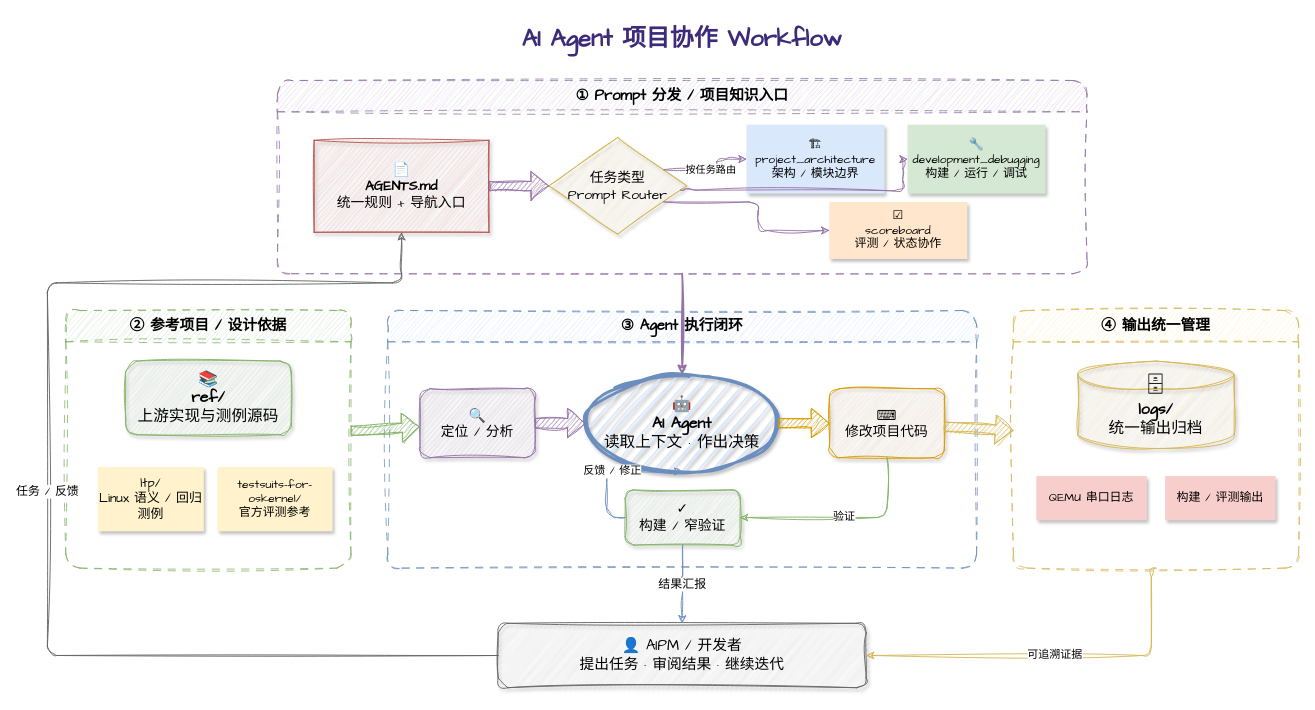
Before: docs/report-src/2026/content/fig/AI-Agent协作流程.drawio in Blankke/F7LY, a draw.io diagram. Source tidied: cells renumbered, new cells numbered last; positions are measured from the earlier drawing's top-left corner, leaving out a move shared by most shapes. Both pictures are drawn from the tidied source at 92%, with x=0, y=0 at pixel (47, 16).
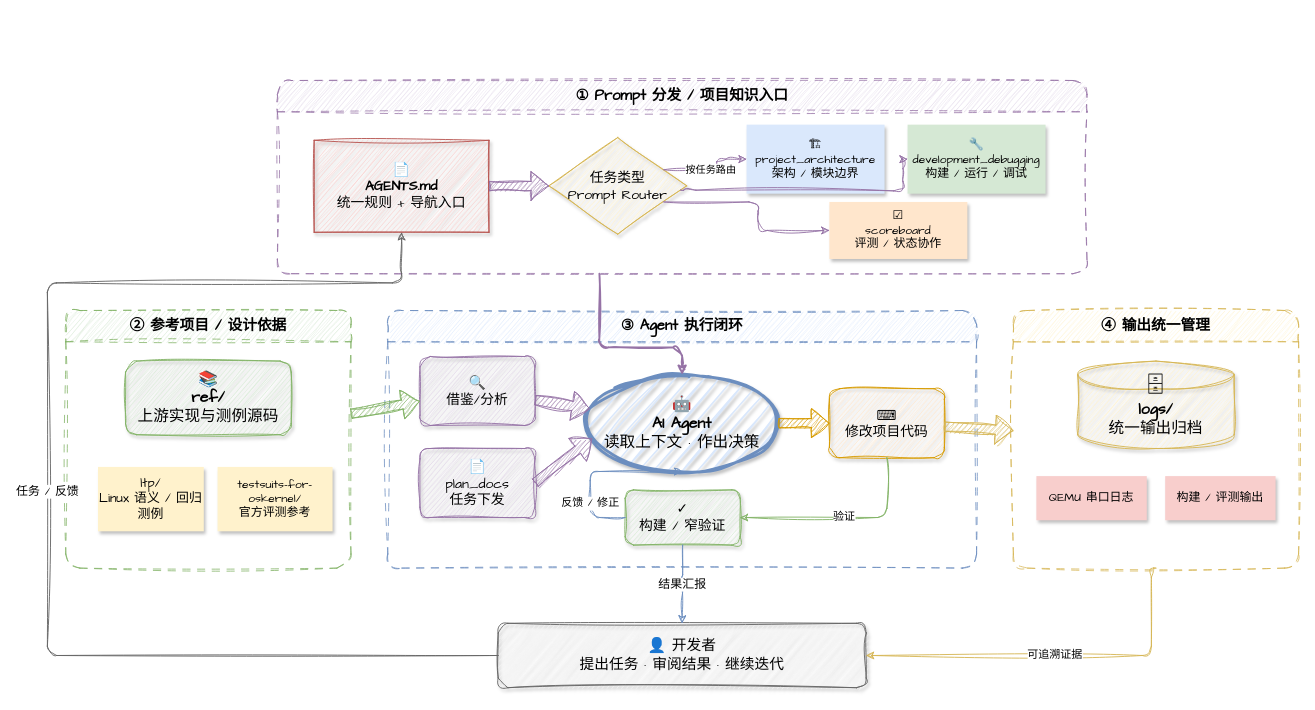
After the change.

Unchanged cells that the change refers to:
```xml
<mxCell id="3" value="① Prompt 分发 / 项目知识入口" style="swimlane;startSize=34;rounded=1;whiteSpace=wrap;html=1;opacity=85;dashed=1;dashPattern=8 8;sketch=1;curveFitting=1;jiggle=2;fontFamily=Comic Sans MS;fontSize=16;fontStyle=1;fillColor=#e1d5e7;strokeColor=#9673a6;" parent="1" vertex="1">
  <mxGeometry x="250" y="70" width="880" height="210" as="geometry" />
</mxCell>
<mxCell id="17" value="③ Agent 执行闭环" style="swimlane;startSize=34;rounded=1;whiteSpace=wrap;html=1;opacity=85;dashed=1;dashPattern=8 8;sketch=1;curveFitting=1;jiggle=2;fontFamily=Comic Sans MS;fontSize=16;fontStyle=1;fillColor=#dae8fc;strokeColor=#6c8ebf;" parent="1" vertex="1">
  <mxGeometry x="370" y="320" width="640" height="280" as="geometry" />
</mxCell>
<mxCell id="18" value="🤖&#10;&lt;b&gt;AI Agent&lt;/b&gt;&#10;读取上下文 · 作出决策" style="ellipse;whiteSpace=wrap;html=1;fontFamily=Comic Sans MS;fontSize=17;fillColor=#dae8fc;strokeColor=#6c8ebf;strokeWidth=3;shadow=1;sketch=1;curveFitting=1;jiggle=2;" parent="17" vertex="1">
  <mxGeometry x="215" y="70" width="210" height="105" as="geometry" />
</mxCell>
<mxCell id="21" value="✓&#10;构建 / 窄验证" style="rounded=1;whiteSpace=wrap;html=1;fontFamily=Comic Sans MS;fontSize=15;fillColor=#d5e8d4;strokeColor=#82b366;shadow=1;sketch=1;curveFitting=1;jiggle=2;" parent="17" vertex="1">
  <mxGeometry x="258" y="195" width="125" height="60" as="geometry" />
</mxCell>
```

Diff of the diagram source:
```diff
@@
-    <mxCell id="2" value="AI Agent 项目协作 Workflow" style="text;html=1;whiteSpace=wrap;strokeColor=none;fillColor=none;align=center;verticalAlign=middle;fontFamily=Comic Sans MS;fontSize=26;fontStyle=1;fontColor=#3d2a78;" parent="1" vertex="1">
-      <mxGeometry x="410" width="560" height="50" as="geometry" />
-    </mxCell>
@@
-    <mxCell id="19" value="🔍&#10;定位 / 分析" style="rounded=1;whiteSpace=wrap;html=1;fontFamily=Comic Sans MS;fontSize=15;fillColor=#e1d5e7;strokeColor=#9673a6;shadow=1;sketch=1;curveFitting=1;jiggle=2;" parent="17" vertex="1">
-      <mxGeometry x="35" y="85" width="125" height="75" as="geometry" />
+    <mxCell id="19" value="🔍&lt;br&gt;借鉴/分析" style="rounded=1;whiteSpace=wrap;html=1;fontFamily=Comic Sans MS;fontSize=15;fillColor=#e1d5e7;strokeColor=#9673a6;shadow=1;sketch=1;curveFitting=1;jiggle=2;" parent="17" vertex="1">
+      <mxGeometry x="35" y="50" width="125" height="75" as="geometry" />
     </mxCell>
@@
     <mxCell id="25" value="反馈 / 修正" style="edgeStyle=orthogonalEdgeStyle;rounded=1;jettySize=auto;html=1;endArrow=classic;sketch=1;curveFitting=1;jiggle=2;strokeColor=#6c8ebf;fontFamily=Comic Sans MS;fontSize=12;exitX=0;exitY=0.5;entryX=0.5;entryY=1;" parent="17" edge="1" source="21" target="18">
-      <mxGeometry relative="1" as="geometry" />
+      <mxGeometry x="-0.44" relative="1" as="geometry">
+        <Array as="points">
+          <mxPoint x="220" y="225" />
+          <mxPoint x="220" y="175" />
+        </Array>
+      </mxGeometry>
     </mxCell>
+    <mxCell id="37" value="📄&lt;br&gt;plan_docs&lt;div&gt;任务下发&lt;/div&gt;" style="rounded=1;whiteSpace=wrap;html=1;fontFamily=Comic Sans MS;fontSize=15;fillColor=#e1d5e7;strokeColor=#9673a6;shadow=1;sketch=1;curveFitting=1;jiggle=2;" parent="17" vertex="1">
+      <mxGeometry x="35" y="150" width="125" height="75" as="geometry" />
+    </mxCell>
+    <mxCell id="38" style="shape=flexArrow;endArrow=classic;html=1;rounded=0;sketch=1;curveFitting=1;jiggle=2;fillColor=#9673a6;strokeColor=#9673a6;exitX=1;exitY=0.5;exitDx=0;exitDy=0;entryX=0.033;entryY=0.66;entryDx=0;entryDy=0;entryPerimeter=0;" parent="17" edge="1" source="37" target="18">
+      <mxGeometry relative="1" as="geometry" />
+    </mxCell>
@@
-    <mxCell id="30" value="👤  AIPM / 开发者&#10;提出任务 · 审阅结果 · 继续迭代" style="rounded=1;whiteSpace=wrap;html=1;fontFamily=Comic Sans MS;fontSize=16;fillColor=#f5f5f5;strokeColor=#666666;shadow=1;sketch=1;curveFitting=1;jiggle=2;" parent="1" vertex="1">
+    <mxCell id="30" value="👤 开发者&lt;br&gt;提出任务 · 审阅结果 · 继续迭代" style="rounded=1;whiteSpace=wrap;html=1;fontFamily=Comic Sans MS;fontSize=16;fillColor=#f5f5f5;strokeColor=#666666;shadow=1;sketch=1;curveFitting=1;jiggle=2;" parent="1" vertex="1">
       <mxGeometry x="490" y="660" width="400" height="70" as="geometry" />
     </mxCell>
-    <mxCell id="31" style="edgeStyle=orthogonalEdgeStyle;rounded=1;jettySize=auto;html=1;endArrow=classic;sketch=1;curveFitting=1;jiggle=2;strokeColor=#9673a6;strokeWidth=2;fontFamily=Comic Sans MS;fontSize=13;exitX=0.5;exitY=1;entryX=0.5;entryY=0;" parent="1" edge="1" source="3" target="18">
-      <mxGeometry relative="1" as="geometry" />
+    <mxCell id="31" style="edgeStyle=orthogonalEdgeStyle;rounded=1;jettySize=auto;html=1;endArrow=classic;sketch=1;curveFitting=1;jiggle=2;strokeColor=#9673a6;strokeWidth=2;fontFamily=Comic Sans MS;fontSize=13;entryX=0.5;entryY=0;" parent="1" edge="1" target="18">
+      <mxGeometry relative="1" as="geometry">
+        <mxPoint x="600" y="280" as="sourcePoint" />
+        <Array as="points">
+          <mxPoint x="600" y="280" />
+          <mxPoint x="600" y="360" />
+          <mxPoint x="690" y="360" />
+        </Array>
+      </mxGeometry>
     </mxCell>
```
